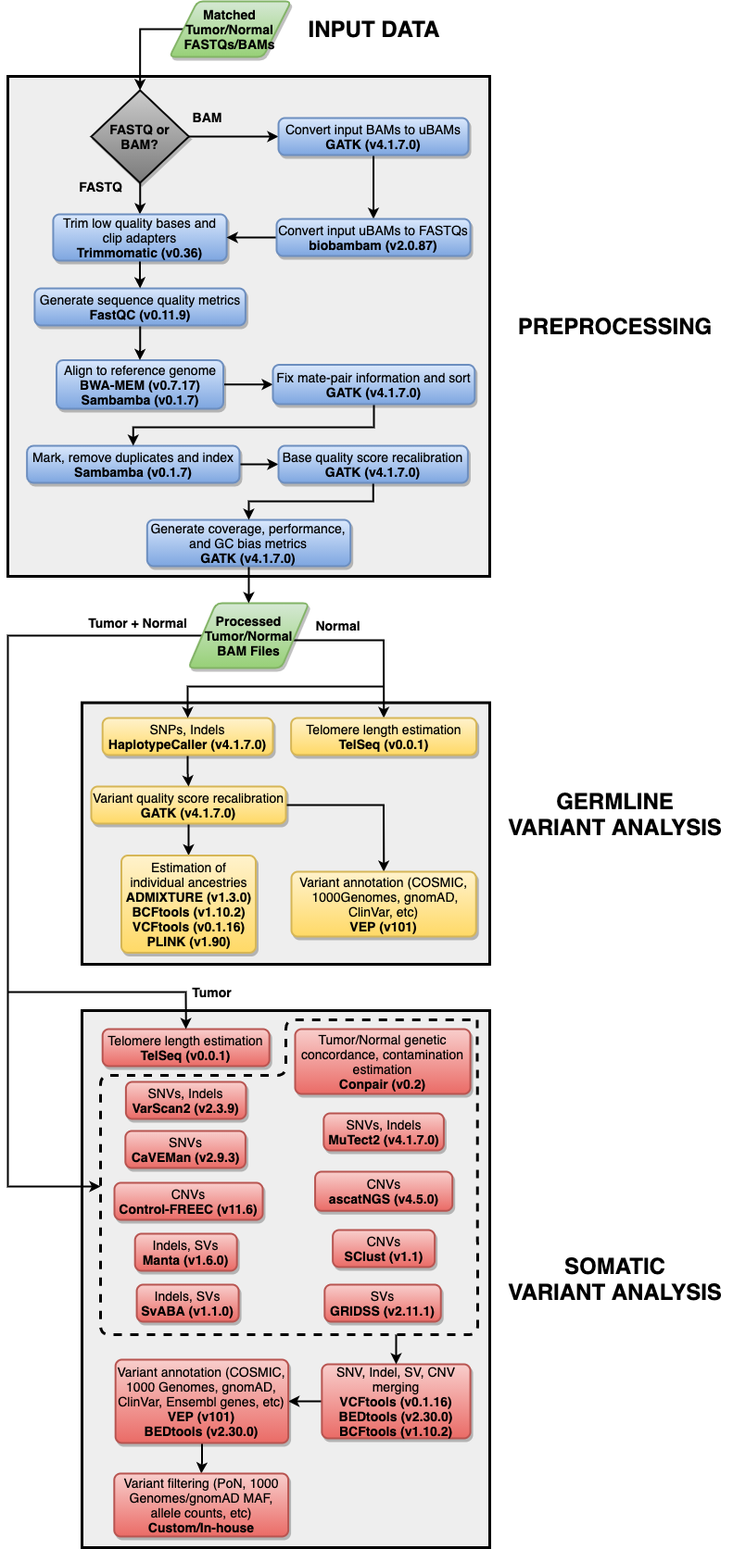
Before: MGP1000Pipeline.png, a diagram exported from draw.io (pblaney/mgp1000). Source tidied: cells renumbered, new cells last; positions are measured from the earlier drawing's top-left corner, leaving out a move shared by most shapes.
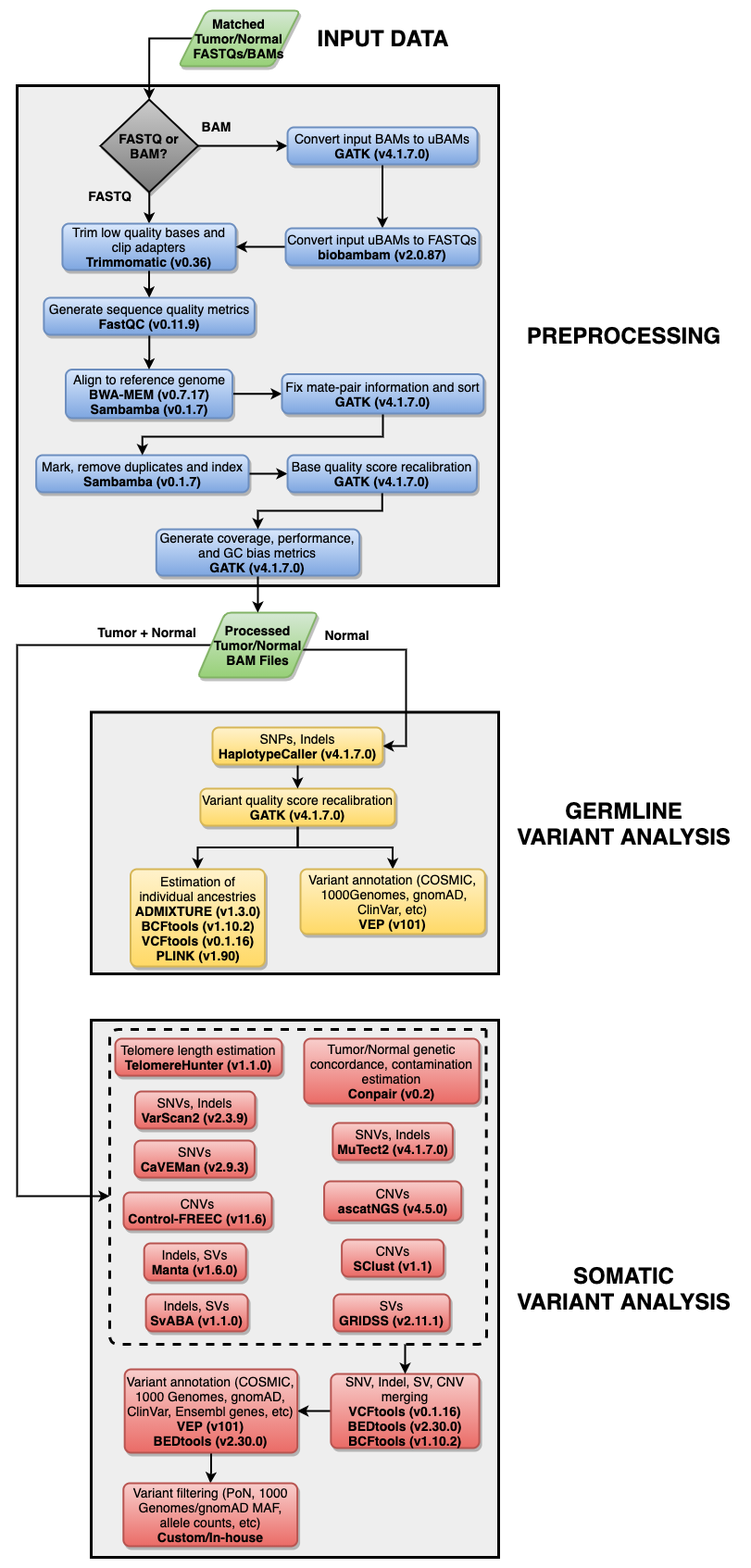
Later version of the same file.

The edit, as a diff of the source:
```diff
@@ -48,10 +48,11 @@
     <mxCell id="15" value="&lt;font style=&quot;font-size: 14px&quot;&gt;Tumor/Normal genetic concordance, contamination estimation&lt;br&gt;&lt;b&gt;Conpair (v0.2)&lt;/b&gt;&lt;/font&gt;" style="rounded=1;whiteSpace=wrap;html=1;absoluteArcSize=1;arcSize=14;strokeWidth=2;shadow=1;comic=0;fillColor=#f8cecc;strokeColor=#b85450;fontStyle=0;gradientColor=#ea6b66;" parent="1" vertex="1">
       <mxGeometry x="310" y="1110" width="189.1" height="70" as="geometry" />
     </mxCell>
-    <mxCell id="16" style="edgeStyle=orthogonalEdgeStyle;rounded=0;jettySize=auto;html=1;entryX=0.5;entryY=0;entryDx=0;entryDy=0;strokeWidth=2;fontSize=24;" parent="1" edge="1" source="18" target="20">
+    <mxCell id="16" style="edgeStyle=orthogonalEdgeStyle;rounded=0;jettySize=auto;html=1;entryX=1;entryY=0.5;entryDx=0;entryDy=0;strokeWidth=2;fontSize=24;" parent="1" edge="1" source="18" target="57">
       <mxGeometry relative="1" as="geometry">
         <Array as="points">
-          <mxPoint x="406" y="690" />
+          <mxPoint x="420" y="690" />
+          <mxPoint x="420" y="794" />
         </Array>
       </mxGeometry>
     </mxCell>
@@ -70,9 +71,6 @@
     <mxCell id="19" value="&lt;font style=&quot;font-size: 14px&quot;&gt;Indels, SVs&lt;br&gt;&lt;b&gt;&lt;font style=&quot;font-size: 14px&quot;&gt;SvABA (v1.1.0)&lt;/font&gt;&lt;/b&gt;&lt;/font&gt;" style="rounded=1;whiteSpace=wrap;html=1;absoluteArcSize=1;arcSize=14;strokeWidth=2;shadow=1;comic=0;fillColor=#f8cecc;strokeColor=#b85450;gradientColor=#ea6b66;" parent="1" vertex="1">
       <mxGeometry x="139.1" y="1386" width="110" height="40" as="geometry" />
     </mxCell>
-    <mxCell id="20" value="&lt;font style=&quot;font-size: 14px&quot;&gt;Telomere length estimation&lt;br&gt;&lt;b&gt;&lt;font style=&quot;font-size: 14px&quot;&gt;TelSeq (v0.0.1)&lt;/font&gt;&lt;/b&gt;&lt;/font&gt;" style="rounded=1;whiteSpace=wrap;html=1;absoluteArcSize=1;arcSize=14;strokeWidth=2;shadow=1;comic=0;fillColor=#fff2cc;strokeColor=#d6b656;gradientColor=#ffd966;" parent="1" vertex="1">
-      <mxGeometry x="305.6" y="774" width="200" height="40" as="geometry" />
-    </mxCell>
     <mxCell id="21" value="&lt;font style=&quot;font-size: 14px&quot;&gt;SNVs, Indels&lt;br&gt;&lt;b&gt;&lt;font style=&quot;font-size: 14px&quot;&gt;VarScan2 (v2.3.9)&lt;/font&gt;&lt;/b&gt;&lt;/font&gt;" style="rounded=1;whiteSpace=wrap;html=1;absoluteArcSize=1;arcSize=14;strokeWidth=2;shadow=1;comic=0;fillColor=#f8cecc;strokeColor=#b85450;gradientColor=#ea6b66;" parent="1" vertex="1">
       <mxGeometry x="127.4" y="1167" width="129.6" height="40" as="geometry" />
     </mxCell>
@@ -107,10 +105,10 @@
       <mxGeometry relative="1" as="geometry" />
     </mxCell>
     <mxCell id="32" value="&lt;font style=&quot;font-size: 14px&quot;&gt;Variant quality score recalibration&lt;br&gt;&lt;b&gt;&lt;font style=&quot;font-size: 14px&quot;&gt;GATK (v4.1.7.0)&lt;/font&gt;&lt;/b&gt;&lt;/font&gt;" style="rounded=1;whiteSpace=wrap;html=1;absoluteArcSize=1;arcSize=14;strokeWidth=2;shadow=1;comic=0;fillColor=#fff2cc;strokeColor=#d6b656;gradientColor=#ffd966;" parent="1" vertex="1">
-      <mxGeometry x="90" y="848" width="210" height="40" as="geometry" />
+      <mxGeometry x="197.9" y="840" width="210" height="40" as="geometry" />
     </mxCell>
     <mxCell id="33" value="&lt;font style=&quot;font-size: 14px&quot;&gt;Variant annotation (COSMIC, &amp;nbsp;1000Genomes, gnomAD, ClinVar, etc)&lt;br&gt;&lt;b&gt;&lt;font style=&quot;font-size: 14px&quot;&gt;VEP (v101)&lt;/font&gt;&lt;/b&gt;&lt;/font&gt;" style="rounded=1;whiteSpace=wrap;html=1;absoluteArcSize=1;arcSize=14;strokeWidth=2;shadow=1;comic=0;fillColor=#fff2cc;strokeColor=#d6b656;gradientColor=#ffd966;" parent="1" vertex="1">
-      <mxGeometry x="306" y="940" width="199.2" height="70" as="geometry" />
+      <mxGeometry x="306" y="927" width="199.2" height="70" as="geometry" />
     </mxCell>
     <mxCell id="34" value="&lt;b&gt;&lt;font&gt;&lt;font style=&quot;font-size: 24px&quot;&gt;GERMLINE&lt;br&gt;VARIANT ANALYSIS&lt;/font&gt;&lt;br style=&quot;font-size: 21px&quot;&gt;&lt;/font&gt;&lt;/b&gt;" style="text;html=1;align=center;verticalAlign=middle;fillColor=none;strokeColor=none;rounded=0;shadow=1;comic=0;fontSize=21;" parent="1" vertex="1">
       <mxGeometry x="530" y="848" width="250" height="60" as="geometry" />
@@ -181,13 +179,13 @@
       <mxGeometry x="150.3" y="560" width="219.4" height="50" as="geometry" />
     </mxCell>
     <mxCell id="55" value="&lt;font style=&quot;font-size: 14px&quot;&gt;Estimation of individual ancestries&lt;br&gt;&lt;b&gt;&lt;font style=&quot;font-size: 14px&quot;&gt;ADMIXTURE (v1.3.0)&lt;br&gt;&lt;/font&gt;&lt;/b&gt;&lt;b&gt;BCFtools (v1.10.2)&lt;/b&gt;&lt;b&gt;&lt;font style=&quot;font-size: 14px&quot;&gt;&lt;br&gt;&lt;/font&gt;&lt;/b&gt;&lt;font style=&quot;font-size: 14px&quot;&gt;&lt;b&gt;VCFtools (v0.1.16)&lt;/b&gt;&lt;/font&gt;&lt;b&gt;&lt;br&gt;&lt;/b&gt;&lt;b&gt;&lt;font style=&quot;font-size: 14px&quot;&gt;PLINK (v1.90)&lt;br&gt;&lt;/font&gt;&lt;/b&gt;&lt;/font&gt;" style="rounded=1;whiteSpace=wrap;html=1;absoluteArcSize=1;arcSize=14;strokeWidth=2;shadow=1;comic=0;fillColor=#fff2cc;strokeColor=#d6b656;gradientColor=#ffd966;" parent="1" vertex="1">
-      <mxGeometry x="122.5" y="922.5" width="145" height="105" as="geometry" />
+      <mxGeometry x="122.5" y="927" width="145" height="105" as="geometry" />
     </mxCell>
     <mxCell id="56" style="edgeStyle=orthogonalEdgeStyle;rounded=0;jettySize=auto;html=1;strokeWidth=2;fontSize=24;" parent="1" edge="1" source="57" target="32">
       <mxGeometry relative="1" as="geometry" />
     </mxCell>
     <mxCell id="57" value="&lt;font style=&quot;font-size: 14px&quot;&gt;SNPs, Indels&lt;br&gt;&lt;b&gt;&lt;font style=&quot;font-size: 14px&quot;&gt;HaplotypeCaller (v4.1.7.0)&lt;/font&gt;&lt;/b&gt;&lt;/font&gt;" style="rounded=1;whiteSpace=wrap;html=1;absoluteArcSize=1;arcSize=14;strokeWidth=2;shadow=1;comic=0;fillColor=#fff2cc;strokeColor=#d6b656;gradientColor=#ffd966;" parent="1" vertex="1">
-      <mxGeometry x="102.2" y="774" width="183.8" height="40" as="geometry" />
+      <mxGeometry x="211" y="774" width="183.8" height="40" as="geometry" />
     </mxCell>
     <mxCell id="58" style="edgeStyle=orthogonalEdgeStyle;rounded=0;jettySize=auto;html=1;entryX=0.5;entryY=0;entryDx=0;entryDy=0;fontSize=14;strokeWidth=2;" parent="1" edge="1" source="59" target="54">
       <mxGeometry relative="1" as="geometry" />
@@ -195,35 +193,15 @@
     <mxCell id="59" value="&lt;font style=&quot;font-size: 14px&quot;&gt;Base quality score recalibration&lt;br&gt;&lt;b&gt;&lt;font style=&quot;font-size: 14px&quot;&gt;GATK (v4.1.7.0)&lt;/font&gt;&lt;/b&gt;&lt;/font&gt;" style="rounded=1;whiteSpace=wrap;html=1;absoluteArcSize=1;arcSize=14;strokeWidth=2;shadow=1;comic=0;fillColor=#dae8fc;strokeColor=#6c8ebf;fontStyle=0;gradientColor=#7ea6e0;" parent="1" vertex="1">
       <mxGeometry x="292" y="480" width="204.4" height="40" as="geometry" />
     </mxCell>
-    <mxCell id="60" style="endArrow=classic;html=1;strokeWidth=2;fontSize=24;entryX=0.5;entryY=0;entryDx=0;entryDy=0;rounded=0;" parent="1" edge="1" target="57">
-      <mxGeometry relative="1" as="geometry">
-        <mxPoint x="406" y="740" as="sourcePoint" />
-        <Array as="points">
-          <mxPoint x="310" y="740" />
-          <mxPoint x="194" y="740" />
-        </Array>
-      </mxGeometry>
-    </mxCell>
     <mxCell id="61" value="Normal" style="text;html=1;align=center;verticalAlign=middle;fillColor=none;strokeColor=none;rounded=0;shadow=1;comic=0;fontStyle=1;fontSize=14;" parent="1" vertex="1">
       <mxGeometry x="326.4" y="664" width="60" height="20" as="geometry" />
     </mxCell>
     <mxCell id="62" value="Tumor + Normal" style="text;html=1;align=center;verticalAlign=middle;fillColor=none;strokeColor=none;rounded=0;shadow=1;comic=0;fontStyle=1;fontSize=14;" parent="1" vertex="1">
       <mxGeometry x="80" y="661" width="120" height="20" as="geometry" />
     </mxCell>
-    <mxCell id="63" value="&lt;font style=&quot;font-size: 14px&quot;&gt;Telomere length estimation&lt;br&gt;&lt;b&gt;&lt;font style=&quot;font-size: 14px&quot;&gt;TelSeq (v0.0.1)&lt;/font&gt;&lt;/b&gt;&lt;/font&gt;" style="rounded=1;whiteSpace=wrap;html=1;absoluteArcSize=1;arcSize=14;strokeWidth=2;shadow=1;comic=0;fillColor=#f8cecc;strokeColor=#b85450;gradientColor=#ea6b66;" parent="1" vertex="1">
-      <mxGeometry x="102.2" y="1110" width="180" height="40" as="geometry" />
+    <mxCell id="63" value="&lt;font style=&quot;font-size: 14px&quot;&gt;Telomere length estimation&lt;br&gt;&lt;b&gt;&lt;font style=&quot;font-size: 14px&quot;&gt;TelomereHunter (v1.1.0)&lt;/font&gt;&lt;/b&gt;&lt;/font&gt;" style="rounded=1;whiteSpace=wrap;html=1;absoluteArcSize=1;arcSize=14;strokeWidth=2;shadow=1;comic=0;fillColor=#f8cecc;strokeColor=#b85450;gradientColor=#ea6b66;" parent="1" vertex="1">
+      <mxGeometry x="106" y="1110" width="180" height="40" as="geometry" />
     </mxCell>
-    <mxCell id="64" style="endArrow=classic;html=1;strokeWidth=2;fontSize=24;rounded=0;entryX=0.5;entryY=0;entryDx=0;entryDy=0;" parent="1" edge="1" target="63">
-      <mxGeometry relative="1" as="geometry">
-        <mxPoint y="1070" as="sourcePoint" />
-        <Array as="points">
-          <mxPoint x="192" y="1070" />
-        </Array>
-      </mxGeometry>
-    </mxCell>
-    <mxCell id="65" value="Tumor" style="text;html=1;align=center;verticalAlign=middle;fillColor=none;strokeColor=none;rounded=0;shadow=1;comic=0;fontStyle=1;fontSize=14;" parent="1" vertex="1">
-      <mxGeometry x="190" y="1060" width="60" height="20" as="geometry" />
-    </mxCell>
     <mxCell id="66" style="endArrow=none;dashed=1;html=1;strokeWidth=3;" parent="1" edge="1">
       <mxGeometry relative="1" as="geometry">
         <mxPoint x="506.6" y="1100" as="sourcePoint" />
@@ -232,7 +210,7 @@
           <mxPoint x="507" y="1440" />
           <mxPoint x="100" y="1440" />
           <mxPoint x="100" y="1160" />
-          <mxPoint x="300" y="1160" />
+          <mxPoint x="100" y="1100" />
           <mxPoint x="300" y="1100" />
         </Array>
       </mxGeometry>
```
